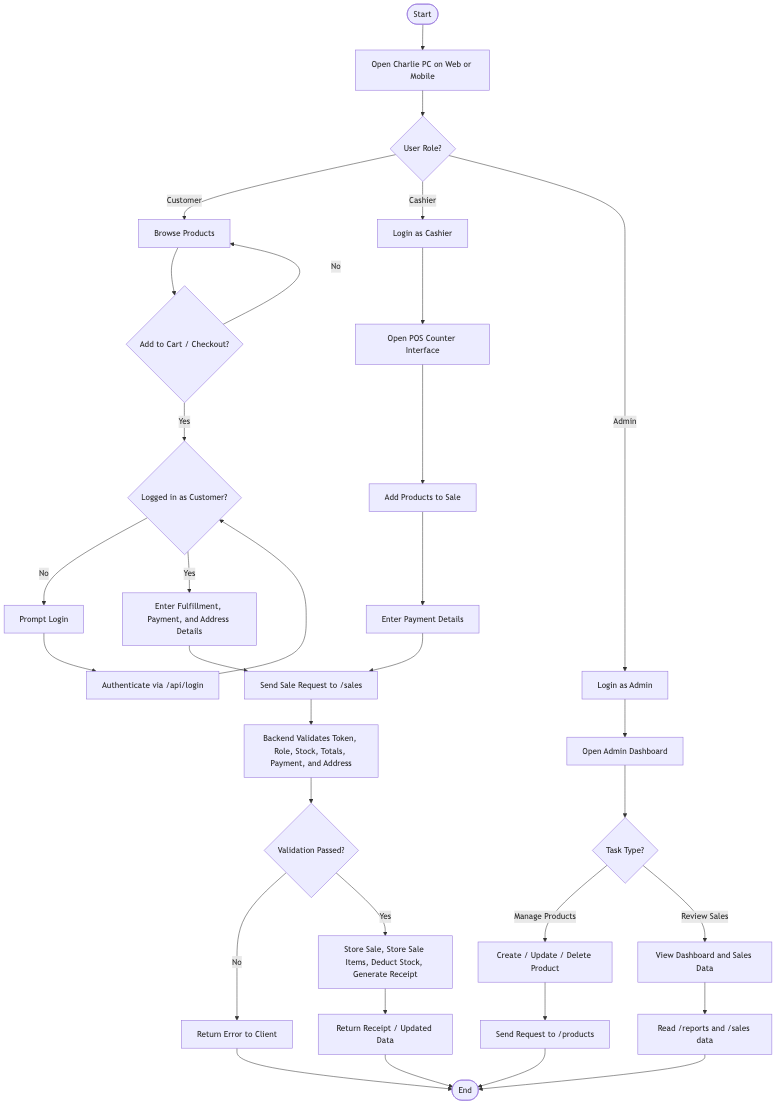
gabdomingo/pos_system keeps this Mermaid diagram as docs/flowchart_td.png. Above is the earlier version. Its source is kept beside it as docs/flowchart_td.mmd. Source of this version:
```mermaid
flowchart TD
    A([Start]) --> B["Open Charlie PC on Web or Mobile"]
    B --> C{"User Role?"}

    C -->|Customer| D["Browse Products"]
    C -->|Cashier| E["Login as Cashier"]
    C -->|Admin| F["Login as Admin"]

    D --> G{"Add to Cart / Checkout?"}
    G -->|No| D
    G -->|Yes| H{"Logged in as Customer?"}
    H -->|No| I["Prompt Login"]
    I --> J["Authenticate via /api/login"]
    J --> H
    H -->|Yes| K["Enter Fulfillment, Payment, and Address Details"]
    K --> L["Send Sale Request to /sales"]

    E --> M["Open POS Counter Interface"]
    M --> N["Add Products to Sale"]
    N --> O["Enter Payment Details"]
    O --> L

    F --> P["Open Admin Dashboard"]
    P --> Q{"Task Type?"}
    Q -->|Manage Products| R["Create / Update / Delete Product"]
    Q -->|Review Sales| S["View Dashboard and Sales Data"]
    R --> T["Send Request to /products"]
    S --> U["Read /reports and /sales data"]

    L --> V["Backend Validates Token, Role, Stock, Totals, Payment, and Address"]
    V --> W{"Validation Passed?"}
    W -->|No| X["Return Error to Client"]
    W -->|Yes| Y["Store Sale, Store Sale Items, Deduct Stock, Generate Receipt"]
    Y --> Z["Return Receipt / Updated Data"]
    Z --> AA([End])
    T --> AA
    U --> AA
    X --> AA
```
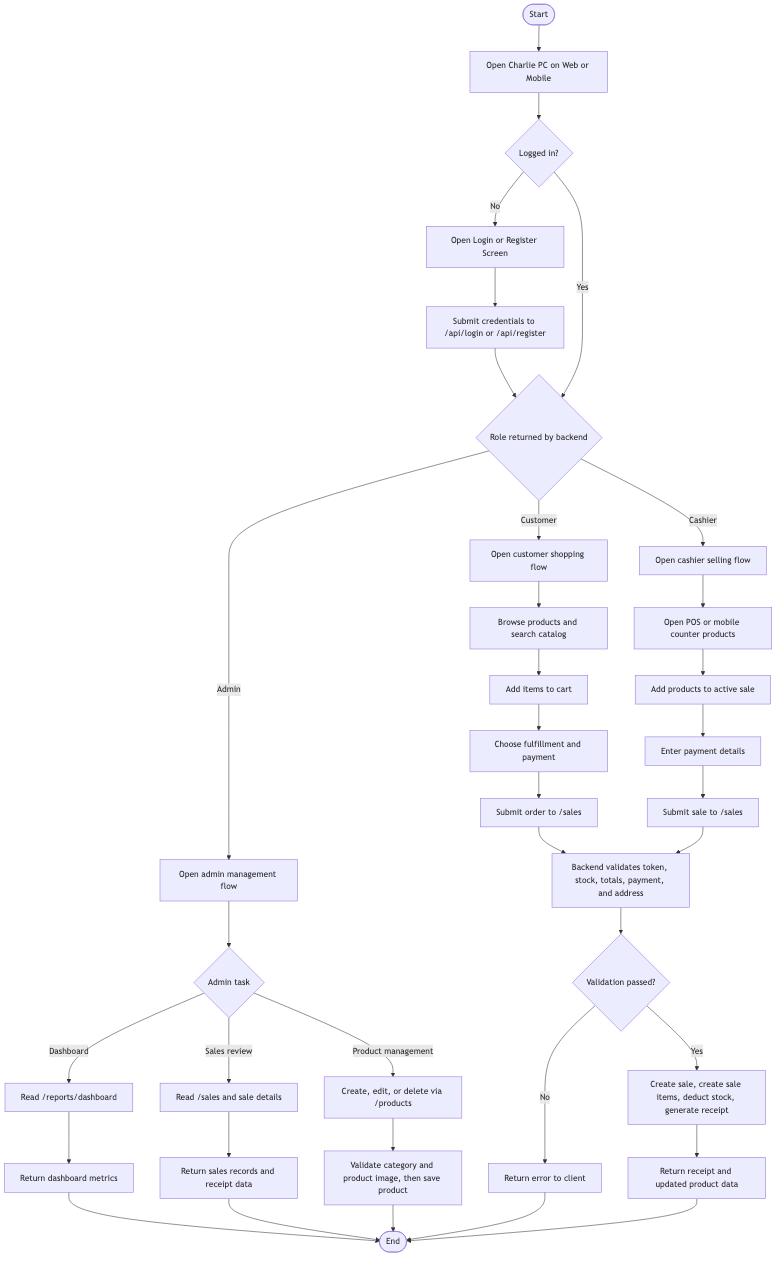
The same diagram one commit later.

The edit, as a diff of the source:
```diff
@@ -1,38 +1,45 @@
 flowchart TD
     A([Start]) --> B["Open Charlie PC on Web or Mobile"]
-    B --> C{"User Role?"}
+    B --> C{"Logged in?"}
 
-    C -->|Customer| D["Browse Products"]
-    C -->|Cashier| E["Login as Cashier"]
-    C -->|Admin| F["Login as Admin"]
+    C -->|No| D["Open Login or Register Screen"]
+    D --> E["Submit credentials to /api/login or /api/register"]
+    E --> F{"Role returned by backend"}
 
-    D --> G{"Add to Cart / Checkout?"}
-    G -->|No| D
-    G -->|Yes| H{"Logged in as Customer?"}
-    H -->|No| I["Prompt Login"]
-    I --> J["Authenticate via /api/login"]
-    J --> H
-    H -->|Yes| K["Enter Fulfillment, Payment, and Address Details"]
-    K --> L["Send Sale Request to /sales"]
+    C -->|Yes| F
 
-    E --> M["Open POS Counter Interface"]
-    M --> N["Add Products to Sale"]
-    N --> O["Enter Payment Details"]
-    O --> L
+    F -->|Customer| G["Open customer shopping flow"]
+    F -->|Cashier| H["Open cashier selling flow"]
+    F -->|Admin| I["Open admin management flow"]
 
-    F --> P["Open Admin Dashboard"]
-    P --> Q{"Task Type?"}
-    Q -->|Manage Products| R["Create / Update / Delete Product"]
-    Q -->|Review Sales| S["View Dashboard and Sales Data"]
-    R --> T["Send Request to /products"]
-    S --> U["Read /reports and /sales data"]
+    G --> G1["Browse products and search catalog"]
+    G1 --> G2["Add items to cart"]
+    G2 --> G3["Choose fulfillment and payment"]
+    G3 --> G4["Submit order to /sales"]
 
-    L --> V["Backend Validates Token, Role, Stock, Totals, Payment, and Address"]
-    V --> W{"Validation Passed?"}
-    W -->|No| X["Return Error to Client"]
-    W -->|Yes| Y["Store Sale, Store Sale Items, Deduct Stock, Generate Receipt"]
-    Y --> Z["Return Receipt / Updated Data"]
-    Z --> AA([End])
-    T --> AA
-    U --> AA
-    X --> AA
+    H --> H1["Open POS or mobile counter products"]
+    H1 --> H2["Add products to active sale"]
+    H2 --> H3["Enter payment details"]
+    H3 --> H4["Submit sale to /sales"]
+
+    I --> I1{"Admin task"}
+    I1 -->|Dashboard| I2["Read /reports/dashboard"]
+    I1 -->|Sales review| I3["Read /sales and sale details"]
+    I1 -->|Product management| I4["Create, edit, or delete via /products"]
+
+    G4 --> J["Backend validates token, stock, totals, payment, and address"]
+    H4 --> J
+    I2 --> K["Return dashboard metrics"]
+    I3 --> L["Return sales records and receipt data"]
+    I4 --> M["Validate category and product image, then save product"]
+
+    J --> N{"Validation passed?"}
+    N -->|No| O["Return error to client"]
+    N -->|Yes| P["Create sale, create sale items, deduct stock, generate receipt"]
+    P --> Q["Return receipt and updated product data"]
+
+    K --> R([End])
+    L --> R
+    M --> R
+    O --> R
+    Q --> R
```
